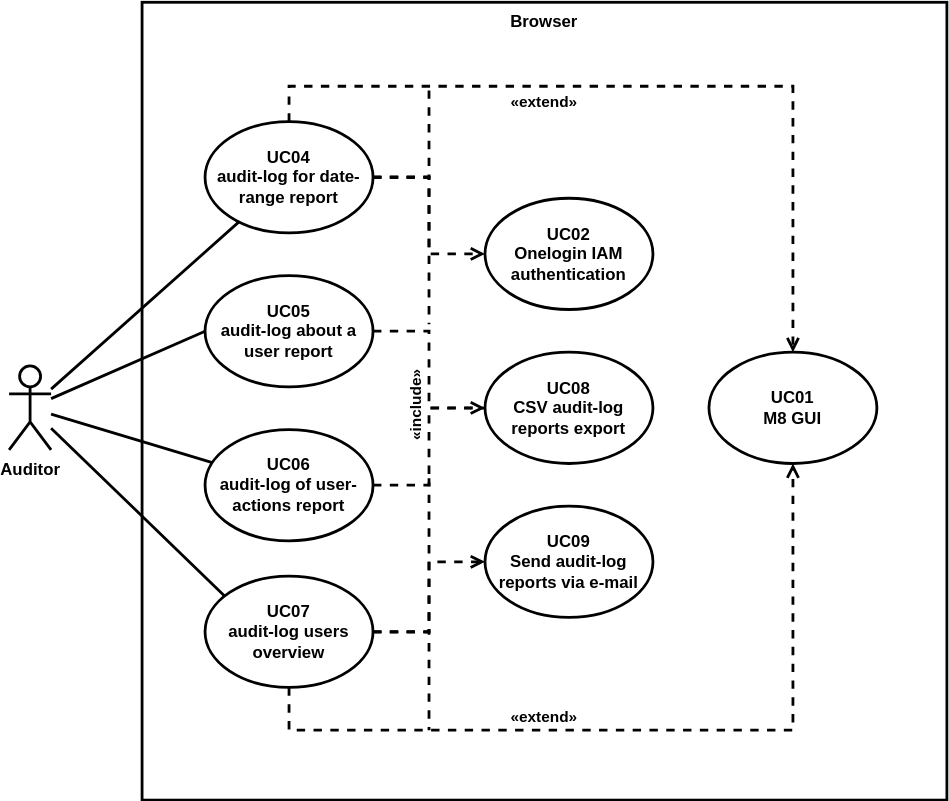
The draw.io diagram src/template_thesis/diagrams/audit_browser/audit_browser_business_context.drawio.svg in HaniAlshikh/bachelor-thesis, before a commit. Source tidied: cells renumbered, new cells last; positions are measured from the earlier drawing's top-left corner, leaving out a move shared by most shapes.
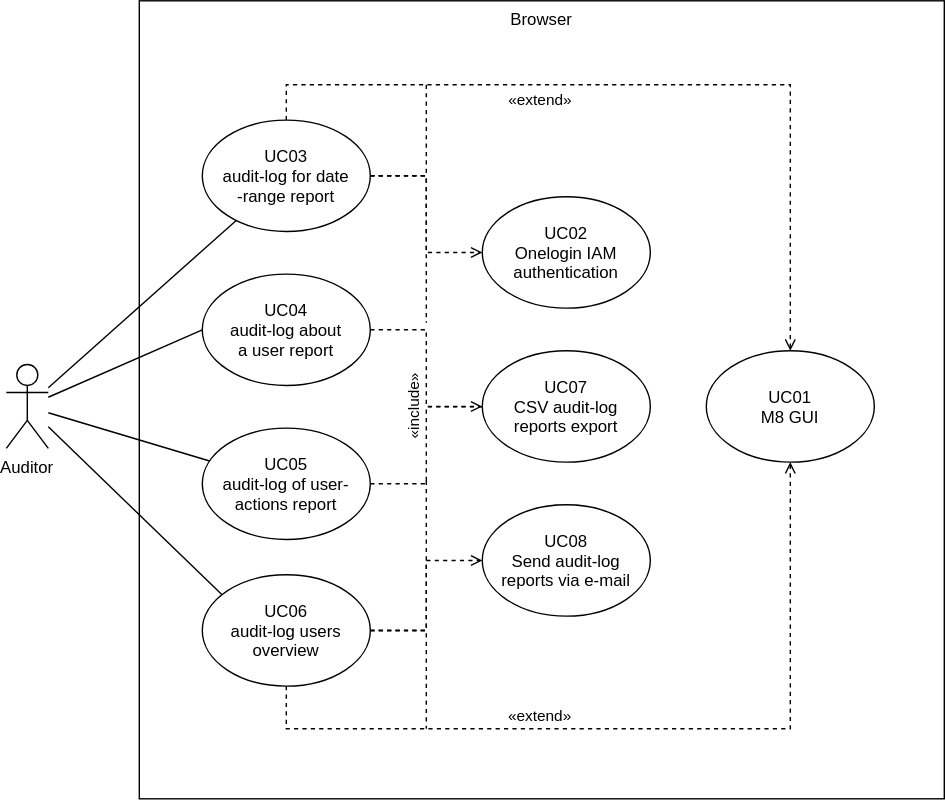
Above is the later version.

What changed in the source:
```diff
@@ -2,45 +2,45 @@
   <root>
     <mxCell id="0" />
     <mxCell id="1" parent="0" />
-    <mxCell id="2" value="&lt;b&gt;Browser&lt;/b&gt;" style="rounded=0;whiteSpace=wrap;html=1;strokeWidth=2;verticalAlign=top;" parent="1" vertex="1">
+    <mxCell id="2" value="Browser" style="rounded=0;strokeWidth=1;verticalAlign=top;" parent="1" vertex="1">
       <mxGeometry x="95" width="575" height="570" as="geometry" />
     </mxCell>
-    <mxCell id="3" style="edgeStyle=none;rounded=0;jettySize=auto;html=1;fontFamily=Helvetica;fontSize=12;endArrow=none;endFill=0;strokeWidth=2;" parent="1" edge="1" source="9" target="12">
+    <mxCell id="3" style="edgeStyle=none;rounded=0;jettySize=auto;fontFamily=Helvetica;fontSize=12;endArrow=none;endFill=0;strokeWidth=1;" parent="1" edge="1" source="9" target="12">
       <mxGeometry relative="1" as="geometry" />
     </mxCell>
-    <mxCell id="4" style="edgeStyle=none;rounded=0;jettySize=auto;html=1;entryX=0;entryY=0.5;entryDx=0;entryDy=0;fontFamily=Helvetica;fontSize=12;endArrow=none;endFill=0;strokeWidth=2;" parent="1" edge="1" source="9" target="6">
+    <mxCell id="4" style="edgeStyle=none;rounded=0;jettySize=auto;entryX=0;entryY=0.5;entryDx=0;entryDy=0;fontFamily=Helvetica;fontSize=12;endArrow=none;endFill=0;strokeWidth=1;" parent="1" edge="1" source="9" target="6">
       <mxGeometry relative="1" as="geometry" />
     </mxCell>
-    <mxCell id="5" style="edgeStyle=orthogonalEdgeStyle;shape=connector;rounded=0;html=1;dashed=1;labelBackgroundColor=default;fontFamily=Helvetica;fontSize=11;fontColor=default;endArrow=open;endFill=0;strokeColor=default;strokeWidth=2;elbow=vertical;" parent="1" edge="1" source="6" target="28">
+    <mxCell id="5" style="edgeStyle=orthogonalEdgeStyle;shape=connector;rounded=0;dashed=1;labelBackgroundColor=default;fontFamily=Helvetica;fontSize=11;fontColor=default;endArrow=open;endFill=0;strokeColor=default;strokeWidth=1;elbow=vertical;" parent="1" edge="1" source="6" target="28">
       <mxGeometry relative="1" as="geometry" />
     </mxCell>
-    <mxCell id="6" value="&lt;b&gt;UC05&lt;/b&gt;&lt;br&gt;&lt;b&gt;audit-log about a user report&lt;/b&gt;" style="ellipse;whiteSpace=wrap;html=1;strokeWidth=2;" parent="1" vertex="1">
+    <mxCell id="6" value="UC04&#10;audit-log about &#10;a user report" style="ellipse;strokeWidth=1;" parent="1" vertex="1">
       <mxGeometry x="140" y="195.2" width="120" height="79.5" as="geometry" />
     </mxCell>
-    <mxCell id="7" style="edgeStyle=none;shape=connector;rounded=0;html=1;labelBackgroundColor=default;fontFamily=Helvetica;fontSize=12;fontColor=default;endArrow=none;endFill=0;strokeColor=default;strokeWidth=2;" parent="1" edge="1" source="9" target="18">
+    <mxCell id="7" style="edgeStyle=none;shape=connector;rounded=0;labelBackgroundColor=default;fontFamily=Helvetica;fontSize=12;fontColor=default;endArrow=none;endFill=0;strokeColor=default;strokeWidth=1;" parent="1" edge="1" source="9" target="18">
       <mxGeometry relative="1" as="geometry" />
     </mxCell>
-    <mxCell id="8" style="edgeStyle=none;shape=connector;rounded=0;html=1;entryX=0.167;entryY=0.252;entryDx=0;entryDy=0;entryPerimeter=0;labelBackgroundColor=default;fontFamily=Helvetica;fontSize=12;fontColor=default;endArrow=none;endFill=0;strokeColor=default;strokeWidth=2;" parent="1" edge="1" source="9" target="24">
+    <mxCell id="8" style="edgeStyle=none;shape=connector;rounded=0;entryX=0.167;entryY=0.252;entryDx=0;entryDy=0;entryPerimeter=0;labelBackgroundColor=default;fontFamily=Helvetica;fontSize=12;fontColor=default;endArrow=none;endFill=0;strokeColor=default;strokeWidth=1;" parent="1" edge="1" source="9" target="24">
       <mxGeometry relative="1" as="geometry" />
     </mxCell>
-    <mxCell id="9" value="&lt;b&gt;Auditor&lt;/b&gt;" style="shape=umlActor;verticalLabelPosition=bottom;verticalAlign=top;html=1;outlineConnect=0;strokeWidth=2;" parent="1" vertex="1">
+    <mxCell id="9" value="Auditor" style="shape=umlActor;verticalLabelPosition=bottom;verticalAlign=top;outlineConnect=0;strokeWidth=1;" parent="1" vertex="1">
       <mxGeometry y="259.8" width="30" height="60" as="geometry" />
     </mxCell>
-    <mxCell id="10" style="edgeStyle=orthogonalEdgeStyle;shape=connector;rounded=0;html=1;entryX=0.083;entryY=0.503;entryDx=0;entryDy=0;entryPerimeter=0;dashed=1;labelBackgroundColor=default;fontFamily=Helvetica;fontSize=11;fontColor=default;endArrow=open;endFill=0;strokeColor=default;strokeWidth=2;elbow=vertical;" parent="1" edge="1" source="12" target="28">
+    <mxCell id="10" style="edgeStyle=orthogonalEdgeStyle;shape=connector;rounded=0;entryX=0.083;entryY=0.503;entryDx=0;entryDy=0;entryPerimeter=0;dashed=1;labelBackgroundColor=default;fontFamily=Helvetica;fontSize=11;fontColor=default;endArrow=open;endFill=0;strokeColor=default;strokeWidth=1;elbow=vertical;" parent="1" edge="1" source="12" target="28">
       <mxGeometry relative="1" as="geometry" />
     </mxCell>
-    <mxCell id="11" value="&lt;b&gt;«include»&lt;/b&gt;" style="edgeLabel;html=1;align=center;verticalAlign=middle;fontSize=11;fontFamily=Helvetica;fontColor=default;horizontal=0;" parent="10" vertex="1">
+    <mxCell id="11" value="«include»" style="edgeLabel;align=center;verticalAlign=middle;fontSize=11;fontFamily=Helvetica;fontColor=default;horizontal=0;" parent="10" vertex="1">
       <mxGeometry x="0.06" relative="1" as="geometry">
         <mxPoint x="-10" y="-19" as="offset" />
       </mxGeometry>
     </mxCell>
-    <mxCell id="12" value="&lt;b&gt;UC06&lt;/b&gt;&lt;br&gt;&lt;b&gt;audit-log of user-actions report&lt;/b&gt;" style="ellipse;whiteSpace=wrap;html=1;strokeWidth=2;" parent="1" vertex="1">
+    <mxCell id="12" value="UC05&#10;audit-log of user-&#10;actions report" style="ellipse;strokeWidth=1;" parent="1" vertex="1">
       <mxGeometry x="140" y="305.2" width="120" height="79.5" as="geometry" />
     </mxCell>
-    <mxCell id="13" style="edgeStyle=orthogonalEdgeStyle;shape=connector;rounded=0;html=1;entryX=0;entryY=0.5;entryDx=0;entryDy=0;dashed=1;labelBackgroundColor=default;fontFamily=Helvetica;fontSize=11;fontColor=default;endArrow=open;endFill=0;strokeColor=default;strokeWidth=2;elbow=vertical;" parent="1" edge="1" source="18" target="26">
+    <mxCell id="13" style="edgeStyle=orthogonalEdgeStyle;shape=connector;rounded=0;entryX=0;entryY=0.5;entryDx=0;entryDy=0;dashed=1;labelBackgroundColor=default;fontFamily=Helvetica;fontSize=11;fontColor=default;endArrow=open;endFill=0;strokeColor=default;strokeWidth=1;elbow=vertical;" parent="1" edge="1" source="18" target="26">
       <mxGeometry relative="1" as="geometry" />
     </mxCell>
-    <mxCell id="14" style="edgeStyle=orthogonalEdgeStyle;shape=connector;rounded=0;html=1;dashed=1;labelBackgroundColor=default;fontFamily=Helvetica;fontSize=11;fontColor=default;endArrow=open;endFill=0;strokeColor=default;strokeWidth=2;elbow=vertical;" parent="1" edge="1" source="18" target="25">
+    <mxCell id="14" style="edgeStyle=orthogonalEdgeStyle;shape=connector;rounded=0;dashed=1;labelBackgroundColor=default;fontFamily=Helvetica;fontSize=11;fontColor=default;endArrow=open;endFill=0;strokeColor=default;strokeWidth=1;elbow=vertical;" parent="1" edge="1" source="18" target="25">
       <mxGeometry relative="1" as="geometry">
         <Array as="points">
           <mxPoint x="200" y="60" />
@@ -48,33 +48,33 @@
         </Array>
       </mxGeometry>
     </mxCell>
-    <mxCell id="15" value="&lt;b&gt;«extend»&lt;/b&gt;" style="edgeLabel;html=1;align=center;verticalAlign=middle;fontSize=11;fontFamily=Helvetica;fontColor=default;" parent="14" vertex="1">
+    <mxCell id="15" value="«extend»" style="edgeLabel;align=center;verticalAlign=middle;fontSize=11;fontFamily=Helvetica;fontColor=default;" parent="14" vertex="1">
       <mxGeometry x="-0.28" y="-1" relative="1" as="geometry">
         <mxPoint x="-1" y="9" as="offset" />
       </mxGeometry>
     </mxCell>
-    <mxCell id="16" style="edgeStyle=orthogonalEdgeStyle;shape=connector;rounded=0;html=1;dashed=1;labelBackgroundColor=default;fontFamily=Helvetica;fontSize=11;fontColor=default;endArrow=none;endFill=0;strokeColor=default;strokeWidth=2;elbow=vertical;" parent="1" edge="1" source="18">
+    <mxCell id="16" style="edgeStyle=orthogonalEdgeStyle;shape=connector;rounded=0;dashed=1;labelBackgroundColor=default;fontFamily=Helvetica;fontSize=11;fontColor=default;endArrow=none;endFill=0;strokeColor=default;strokeWidth=1;elbow=vertical;" parent="1" edge="1" source="18">
       <mxGeometry relative="1" as="geometry">
         <mxPoint x="300" y="230" as="targetPoint" />
       </mxGeometry>
     </mxCell>
-    <mxCell id="17" style="edgeStyle=orthogonalEdgeStyle;shape=connector;rounded=0;html=1;dashed=1;labelBackgroundColor=default;fontFamily=Helvetica;fontSize=11;fontColor=default;endArrow=none;endFill=0;strokeColor=default;strokeWidth=2;elbow=vertical;" parent="1" edge="1" source="18">
+    <mxCell id="17" style="edgeStyle=orthogonalEdgeStyle;shape=connector;rounded=0;dashed=1;labelBackgroundColor=default;fontFamily=Helvetica;fontSize=11;fontColor=default;endArrow=none;endFill=0;strokeColor=default;strokeWidth=1;elbow=vertical;" parent="1" edge="1" source="18">
       <mxGeometry relative="1" as="geometry">
         <mxPoint x="300" y="60" as="targetPoint" />
       </mxGeometry>
     </mxCell>
-    <mxCell id="18" value="&lt;b&gt;UC04&lt;/b&gt;&lt;br&gt;&lt;b&gt;audit-log for date-range report&lt;/b&gt;" style="ellipse;whiteSpace=wrap;html=1;strokeWidth=2;" parent="1" vertex="1">
+    <mxCell id="18" value="UC03&#10;audit-log for date&#10;-range report" style="ellipse;strokeWidth=1;" parent="1" vertex="1">
       <mxGeometry x="140" y="85.2" width="120" height="79.5" as="geometry" />
     </mxCell>
-    <mxCell id="19" style="edgeStyle=orthogonalEdgeStyle;shape=connector;rounded=0;html=1;dashed=1;labelBackgroundColor=default;fontFamily=Helvetica;fontSize=11;fontColor=default;endArrow=open;endFill=0;strokeColor=default;strokeWidth=2;elbow=vertical;" parent="1" edge="1" source="24" target="27">
+    <mxCell id="19" style="edgeStyle=orthogonalEdgeStyle;shape=connector;rounded=0;dashed=1;labelBackgroundColor=default;fontFamily=Helvetica;fontSize=11;fontColor=default;endArrow=open;endFill=0;strokeColor=default;strokeWidth=1;elbow=vertical;" parent="1" edge="1" source="24" target="27">
       <mxGeometry relative="1" as="geometry" />
     </mxCell>
-    <mxCell id="20" style="edgeStyle=orthogonalEdgeStyle;shape=connector;rounded=0;html=1;dashed=1;labelBackgroundColor=default;fontFamily=Helvetica;fontSize=11;fontColor=default;endArrow=none;endFill=0;strokeColor=default;strokeWidth=2;elbow=vertical;" parent="1" edge="1" source="24">
+    <mxCell id="20" style="edgeStyle=orthogonalEdgeStyle;shape=connector;rounded=0;dashed=1;labelBackgroundColor=default;fontFamily=Helvetica;fontSize=11;fontColor=default;endArrow=none;endFill=0;strokeColor=default;strokeWidth=1;elbow=vertical;" parent="1" edge="1" source="24">
       <mxGeometry relative="1" as="geometry">
         <mxPoint x="300" y="340" as="targetPoint" />
       </mxGeometry>
     </mxCell>
-    <mxCell id="21" style="edgeStyle=orthogonalEdgeStyle;shape=connector;rounded=0;html=1;dashed=1;labelBackgroundColor=default;fontFamily=Helvetica;fontSize=11;fontColor=default;endArrow=open;endFill=0;strokeColor=default;strokeWidth=2;elbow=vertical;" parent="1" edge="1" source="24" target="25">
+    <mxCell id="21" style="edgeStyle=orthogonalEdgeStyle;shape=connector;rounded=0;dashed=1;labelBackgroundColor=default;fontFamily=Helvetica;fontSize=11;fontColor=default;endArrow=open;endFill=0;strokeColor=default;strokeWidth=1;elbow=vertical;" parent="1" edge="1" source="24" target="25">
       <mxGeometry relative="1" as="geometry">
         <Array as="points">
           <mxPoint x="200" y="520" />
@@ -82,29 +82,29 @@
         </Array>
       </mxGeometry>
     </mxCell>
-    <mxCell id="22" value="&lt;b&gt;«extend»&lt;/b&gt;" style="edgeLabel;html=1;align=center;verticalAlign=middle;fontSize=11;fontFamily=Helvetica;fontColor=default;" parent="21" vertex="1">
+    <mxCell id="22" value="«extend»" style="edgeLabel;align=center;verticalAlign=middle;fontSize=11;fontFamily=Helvetica;fontColor=default;" parent="21" vertex="1">
       <mxGeometry x="-0.29" y="-1" relative="1" as="geometry">
         <mxPoint x="4" y="-11" as="offset" />
       </mxGeometry>
     </mxCell>
-    <mxCell id="23" style="edgeStyle=orthogonalEdgeStyle;shape=connector;rounded=0;html=1;dashed=1;labelBackgroundColor=default;fontFamily=Helvetica;fontSize=11;fontColor=default;endArrow=none;endFill=0;strokeColor=default;strokeWidth=2;elbow=vertical;" parent="1" edge="1" source="24">
+    <mxCell id="23" style="edgeStyle=orthogonalEdgeStyle;shape=connector;rounded=0;dashed=1;labelBackgroundColor=default;fontFamily=Helvetica;fontSize=11;fontColor=default;endArrow=none;endFill=0;strokeColor=default;strokeWidth=1;elbow=vertical;" parent="1" edge="1" source="24">
       <mxGeometry relative="1" as="geometry">
         <mxPoint x="300" y="520" as="targetPoint" />
       </mxGeometry>
     </mxCell>
-    <mxCell id="24" value="&lt;b&gt;UC07&lt;/b&gt;&lt;br&gt;&lt;b&gt;audit-log users overview&lt;/b&gt;" style="ellipse;whiteSpace=wrap;html=1;strokeWidth=2;" parent="1" vertex="1">
+    <mxCell id="24" value="UC06&#10;audit-log users &#10;overview" style="ellipse;strokeWidth=1;" parent="1" vertex="1">
       <mxGeometry x="140" y="410" width="120" height="79.5" as="geometry" />
     </mxCell>
-    <mxCell id="25" value="&lt;b&gt;UC01&lt;/b&gt;&lt;br&gt;&lt;b&gt;M8 GUI&lt;/b&gt;" style="ellipse;whiteSpace=wrap;html=1;strokeWidth=2;" parent="1" vertex="1">
+    <mxCell id="25" value="UC01&#10;M8 GUI" style="ellipse;strokeWidth=1;" parent="1" vertex="1">
       <mxGeometry x="500" y="250" width="120" height="79.5" as="geometry" />
     </mxCell>
-    <mxCell id="26" value="&lt;b&gt;UC02&lt;/b&gt;&lt;br&gt;&lt;b&gt;Onelogin IAM authentication&lt;/b&gt;" style="ellipse;whiteSpace=wrap;html=1;strokeWidth=2;" parent="1" vertex="1">
+    <mxCell id="26" value="UC02&#10;Onelogin IAM &#10;authentication" style="ellipse;strokeWidth=1;" parent="1" vertex="1">
       <mxGeometry x="340" y="140" width="120" height="79.5" as="geometry" />
     </mxCell>
-    <mxCell id="27" value="&lt;b&gt;UC09&lt;/b&gt;&lt;br&gt;&lt;b&gt;Send audit-log reports via e-mail&lt;/b&gt;" style="ellipse;whiteSpace=wrap;html=1;strokeWidth=2;" parent="1" vertex="1">
+    <mxCell id="27" value="UC08&#10;Send audit-log &#10;reports via e-mail" style="ellipse;strokeWidth=1;" parent="1" vertex="1">
       <mxGeometry x="340" y="360" width="120" height="79.5" as="geometry" />
     </mxCell>
-    <mxCell id="28" value="&lt;b&gt;UC08&lt;/b&gt;&lt;br&gt;&lt;b&gt;CSV audit-log reports export&lt;/b&gt;" style="ellipse;whiteSpace=wrap;html=1;strokeWidth=2;" parent="1" vertex="1">
+    <mxCell id="28" value="UC07&#10;CSV audit-log &#10;reports export" style="ellipse;strokeWidth=1;" parent="1" vertex="1">
       <mxGeometry x="340" y="250" width="120" height="79.5" as="geometry" />
     </mxCell>
   </root>
```
